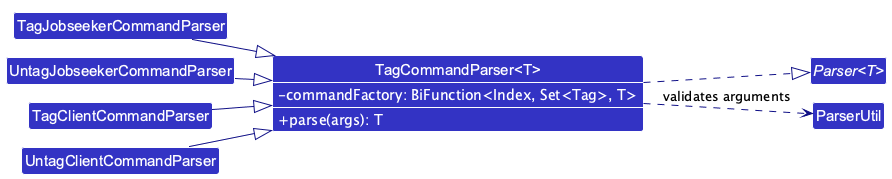
Before: docs/images/TagParserClassDiagram.png, a diagram exported from PlantUML (AY2627S1-CS2103T-F10-4/tp).
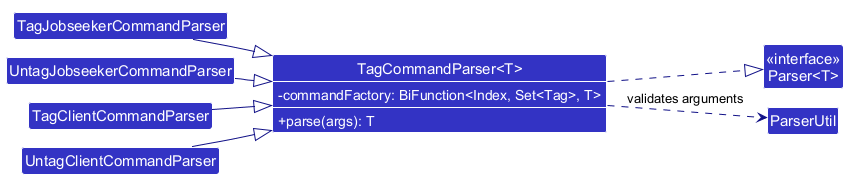
Later version of the same file.

Change to the diagram source:
```diff
@@ -9,7 +9,7 @@
 skinparam classAttributeIconSize 0
 skinparam genericDisplay old
 
-interface "Parser<T>" as Parser
+class "<<interface>>\nParser<T>" as Parser
 class "TagCommandParser<T>" as TagCommandParser {
     - commandFactory: BiFunction<Index, Set<Tag>, T>
     + parse(args): T
```
